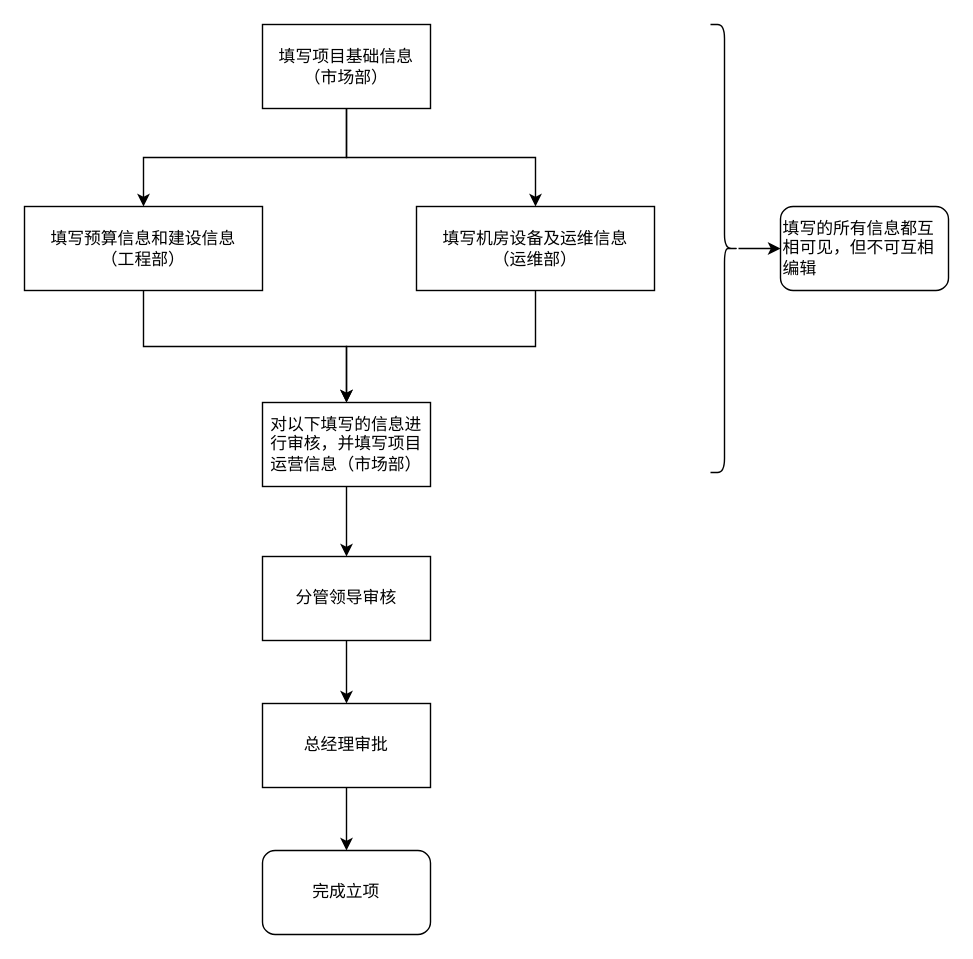
chenkjia/draw.io keeps this draw.io diagram as 项目立项流程图.drawio. Above is the earlier version. Source tidied: cells renumbered, new cells numbered last; positions are measured from the earlier drawing's top-left corner, leaving out a move shared by most shapes. Both pictures are drawn from the tidied source at 140%, with x=0, y=0 at pixel (24, 24).
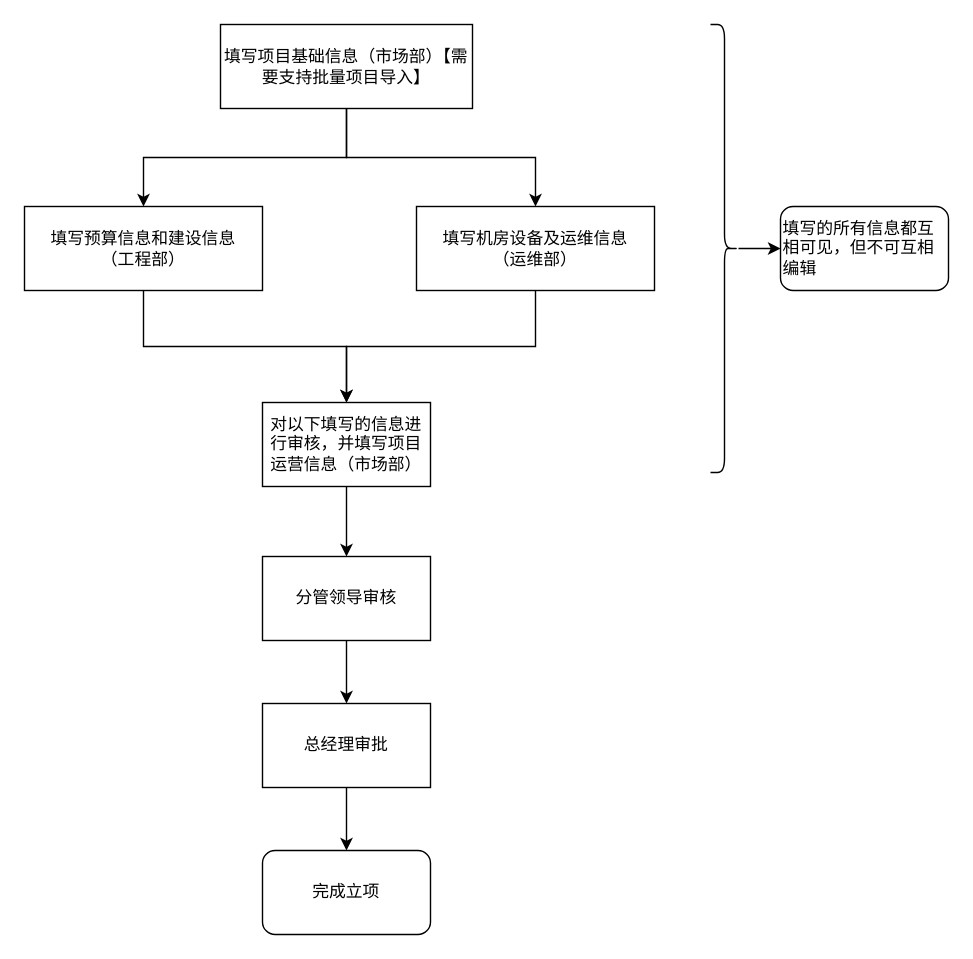
Above is the later version.

Commit message:
更新项目立项流程图.drawio

Diff of the diagram source:
```diff
@@
 <mxGraphModel>
   <root>
     <mxCell id="0" />
     <mxCell id="1" parent="0" />
     <mxCell id="2" style="edgeStyle=orthogonalEdgeStyle;rounded=0;jettySize=auto;html=1;exitX=0.5;exitY=1;exitDx=0;exitDy=0;entryX=0.5;entryY=0;entryDx=0;entryDy=0;" parent="1" edge="1" source="4" target="6">
       <mxGeometry relative="1" as="geometry" />
     </mxCell>
     <mxCell id="3" style="edgeStyle=orthogonalEdgeStyle;rounded=0;jettySize=auto;html=1;exitX=0.5;exitY=1;exitDx=0;exitDy=0;" parent="1" edge="1" source="4" target="8">
       <mxGeometry relative="1" as="geometry" />
     </mxCell>
-    <mxCell id="4" value="填写项目基础信息（市场部）" style="rounded=0;whiteSpace=wrap;html=1;" parent="1" vertex="1">
-      <mxGeometry x="170" width="120" height="60" as="geometry" />
+    <mxCell id="4" value="填写项目基础信息（市场部）【需要支持批量项目导入】" style="rounded=0;whiteSpace=wrap;html=1;" parent="1" vertex="1">
+      <mxGeometry x="140" width="180" height="60" as="geometry" />
     </mxCell>
     <mxCell id="5" style="edgeStyle=orthogonalEdgeStyle;rounded=0;jettySize=auto;html=1;entryX=0.5;entryY=0;entryDx=0;entryDy=0;" parent="1" edge="1" source="6" target="10">
       <mxGeometry relative="1" as="geometry" />
     </mxCell>
     <mxCell id="6" value="填写预算信息和建设信息&lt;br&gt;（工程部）" style="rounded=0;whiteSpace=wrap;html=1;" parent="1" vertex="1">
       <mxGeometry y="130" width="170" height="60" as="geometry" />
     </mxCell>
     <mxCell id="7" style="edgeStyle=orthogonalEdgeStyle;rounded=0;jettySize=auto;html=1;" parent="1" edge="1" source="8" target="10">
       <mxGeometry relative="1" as="geometry" />
     </mxCell>
     <mxCell id="8" value="填写机房设备及运维信息&lt;br&gt;（运维部）" style="rounded=0;whiteSpace=wrap;html=1;" parent="1" vertex="1">
       <mxGeometry x="280" y="130" width="170" height="60" as="geometry" />
     </mxCell>
     <mxCell id="9" style="edgeStyle=orthogonalEdgeStyle;rounded=0;jettySize=auto;html=1;" parent="1" edge="1" source="10" target="15">
       <mxGeometry relative="1" as="geometry" />
     </mxCell>
     <mxCell id="10" value="对以下填写的信息进行审核，并填写项目运营信息（市场部）" style="rounded=0;whiteSpace=wrap;html=1;" parent="1" vertex="1">
       <mxGeometry x="170" y="270" width="120" height="60" as="geometry" />
     </mxCell>
     <mxCell id="11" style="edgeStyle=orthogonalEdgeStyle;rounded=0;jettySize=auto;html=1;" parent="1" edge="1" source="12" target="13">
       <mxGeometry relative="1" as="geometry" />
     </mxCell>
     <mxCell id="12" style="shape=curlyBracket;whiteSpace=wrap;html=1;rounded=1;flipH=1;labelPosition=right;verticalLabelPosition=middle;align=left;verticalAlign=middle;" parent="1" vertex="1">
       <mxGeometry x="490" width="20" height="320" as="geometry" />
     </mxCell>
     <mxCell id="13" value="填写的所有信息都互相可见，但不可互相编辑" style="whiteSpace=wrap;html=1;align=left;rounded=1;" parent="1" vertex="1">
       <mxGeometry x="540" y="130" width="120" height="60" as="geometry" />
     </mxCell>
     <mxCell id="14" style="edgeStyle=orthogonalEdgeStyle;rounded=0;jettySize=auto;html=1;" parent="1" edge="1" source="15" target="17">
       <mxGeometry relative="1" as="geometry" />
     </mxCell>
     <mxCell id="15" value="分管领导审核" style="rounded=0;whiteSpace=wrap;html=1;" parent="1" vertex="1">
       <mxGeometry x="170" y="380" width="120" height="60" as="geometry" />
     </mxCell>
     <mxCell id="16" style="edgeStyle=orthogonalEdgeStyle;rounded=0;jettySize=auto;html=1;" parent="1" edge="1" source="17" target="18">
       <mxGeometry relative="1" as="geometry" />
     </mxCell>
     <mxCell id="17" value="总经理审批" style="rounded=0;whiteSpace=wrap;html=1;" parent="1" vertex="1">
       <mxGeometry x="170" y="485" width="120" height="60" as="geometry" />
     </mxCell>
     <mxCell id="18" value="完成立项" style="rounded=1;whiteSpace=wrap;html=1;" parent="1" vertex="1">
       <mxGeometry x="170" y="590" width="120" height="60" as="geometry" />
     </mxCell>
   </root>
 </mxGraphModel>
```
